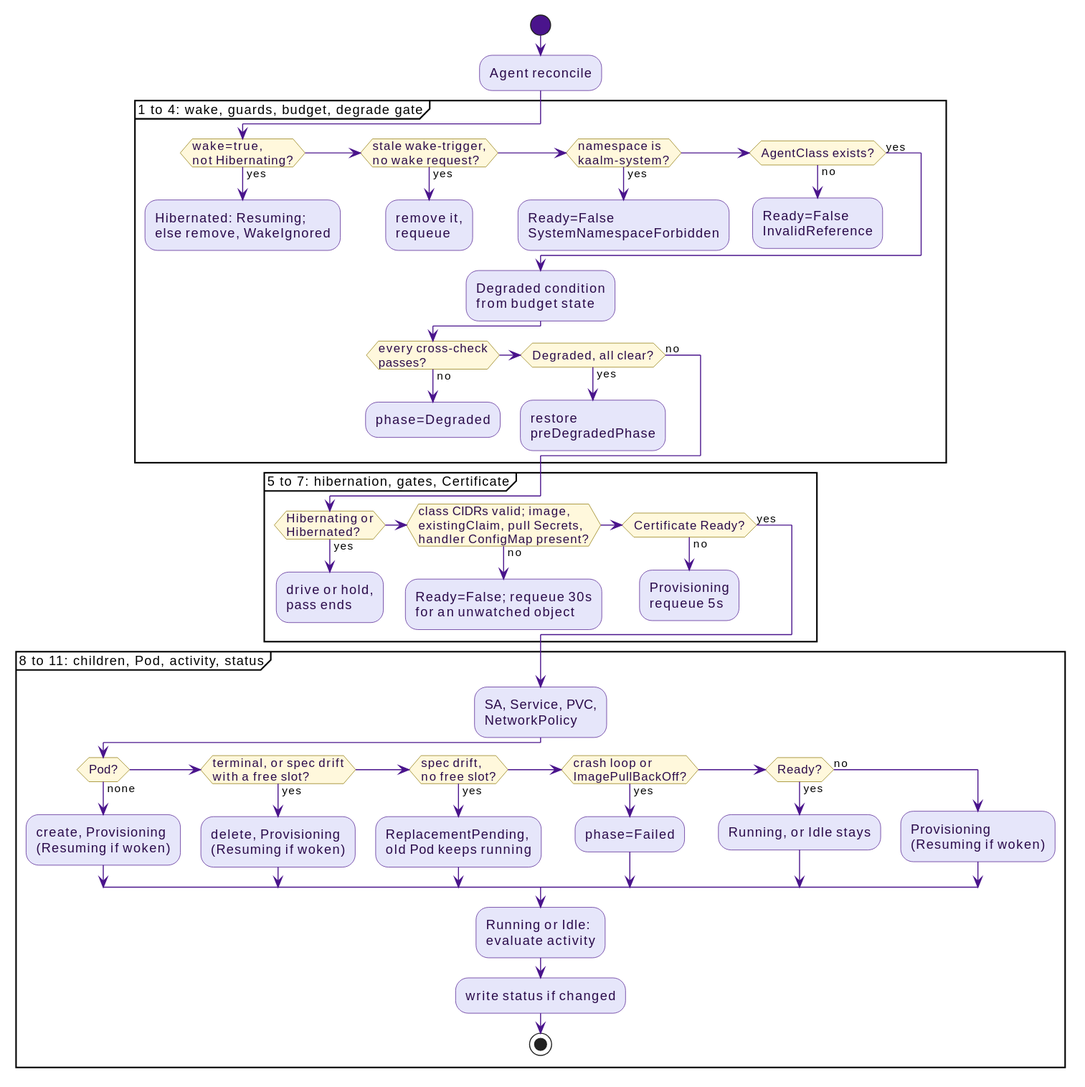
The PlantUML diagram docs/src/diagrams/agent-reconcile-pass.svg in win07xp/kaalm, before a commit.
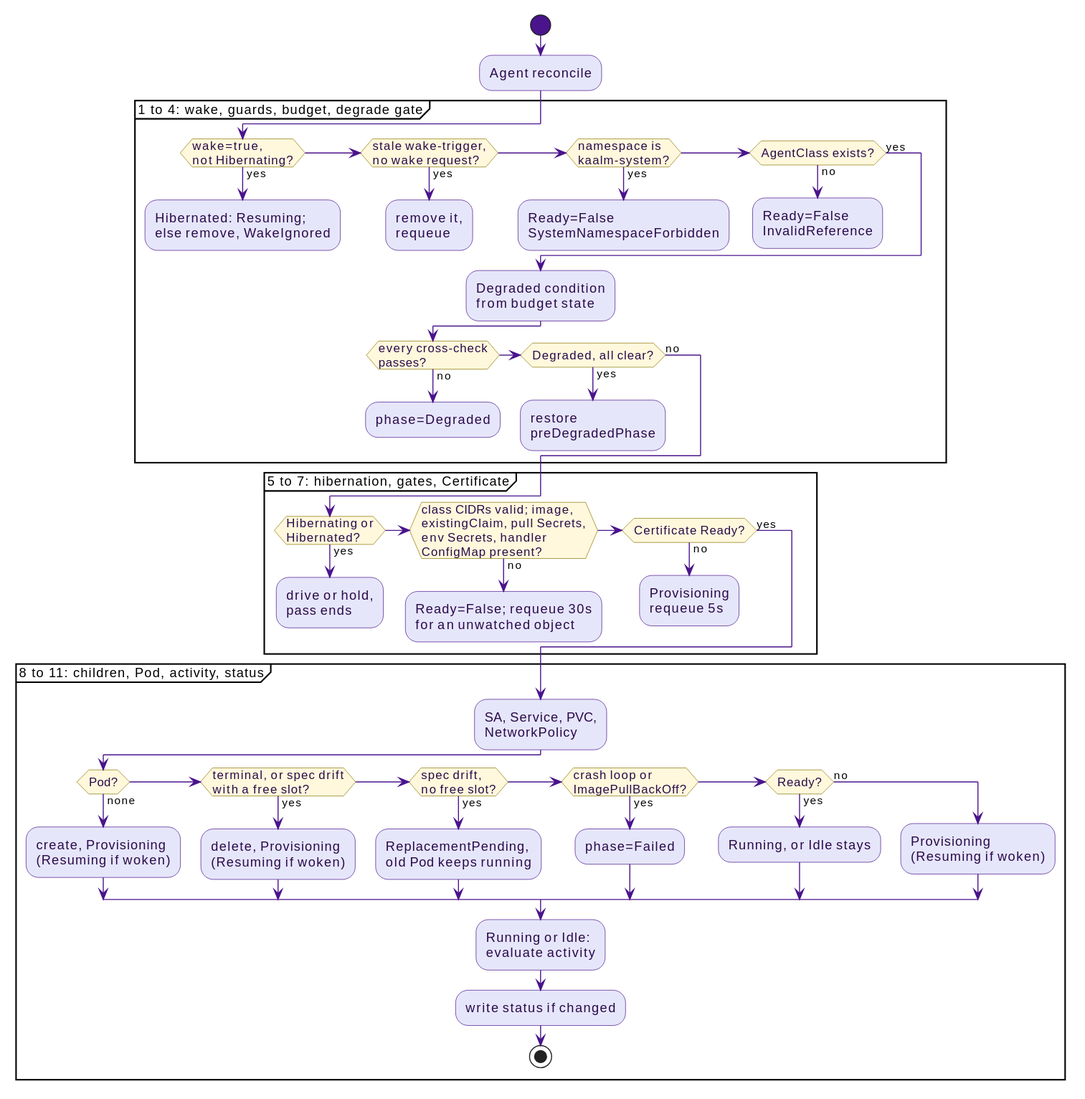
After the change.

Diff of the diagram source:
```diff
@@ -34,7 +34,7 @@
   if (Hibernating or\nHibernated?) then (yes)
     :drive or hold,\npass ends;
     kill
-  elseif (class CIDRs valid; image,\nexistingClaim, pull Secrets,\nhandler ConfigMap present?) then (no)
+  elseif (class CIDRs valid; image,\nexistingClaim, pull Secrets,\nenv Secrets, handler\nConfigMap present?) then (no)
     :Ready=False; requeue 30s\nfor an unwatched object;
     kill
   elseif (Certificate Ready?) then (no)
```
